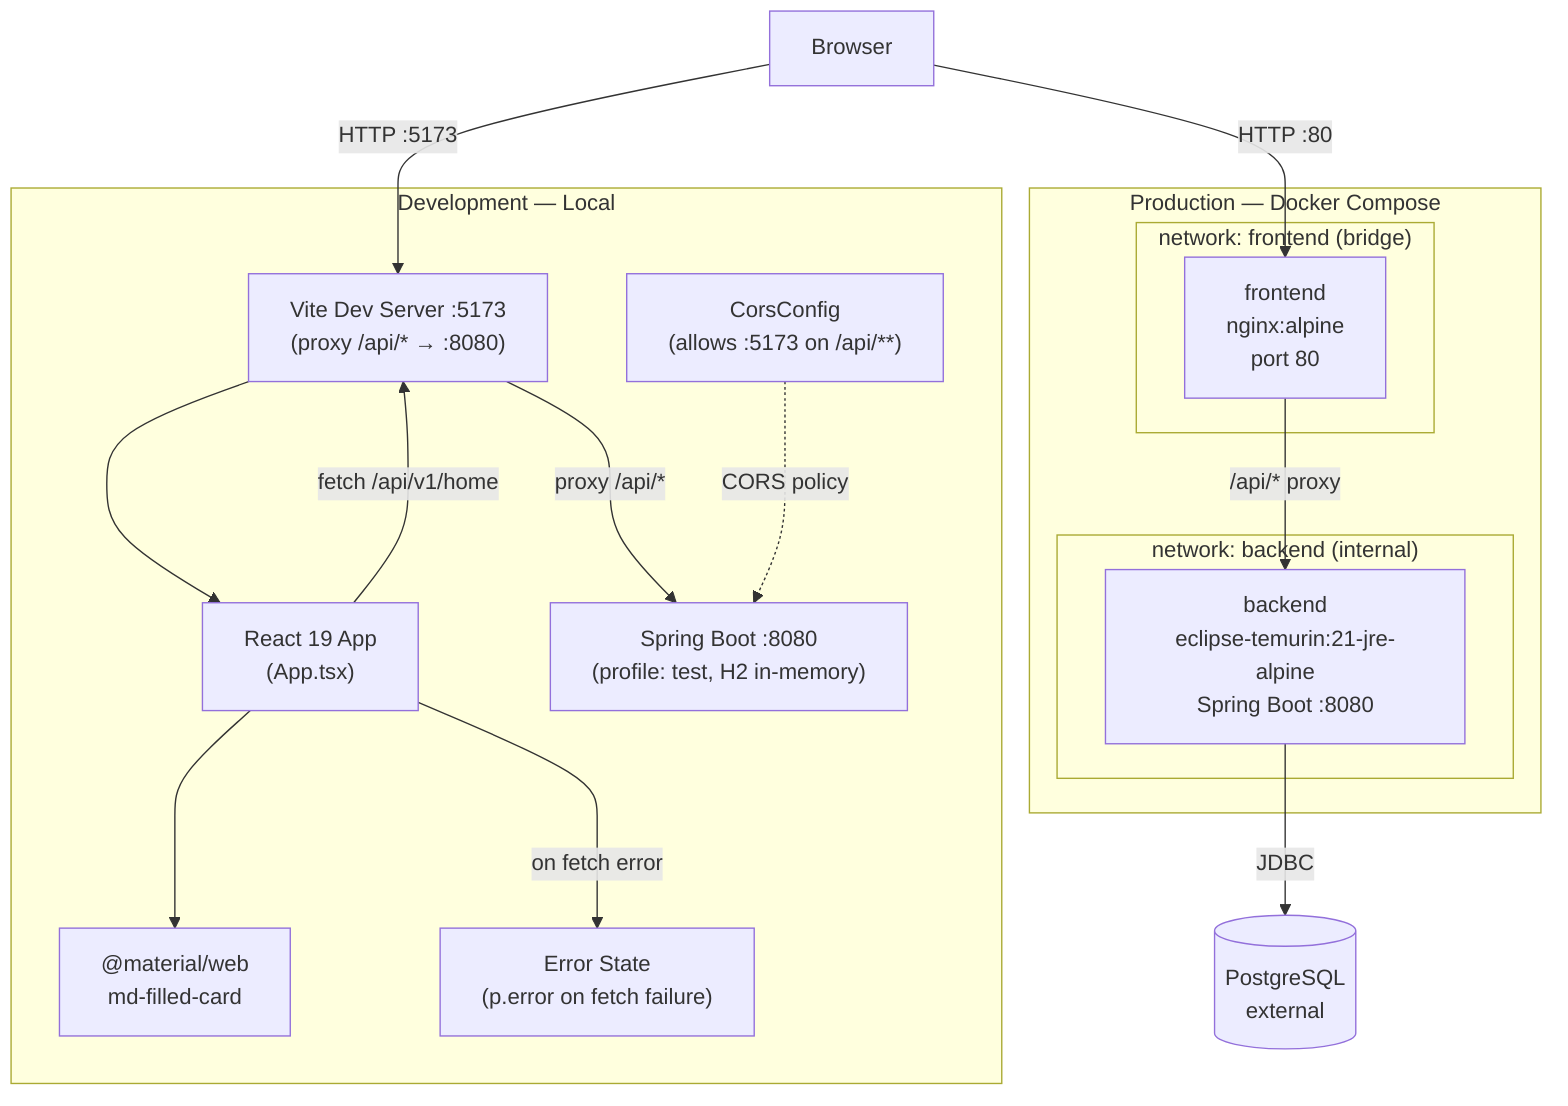
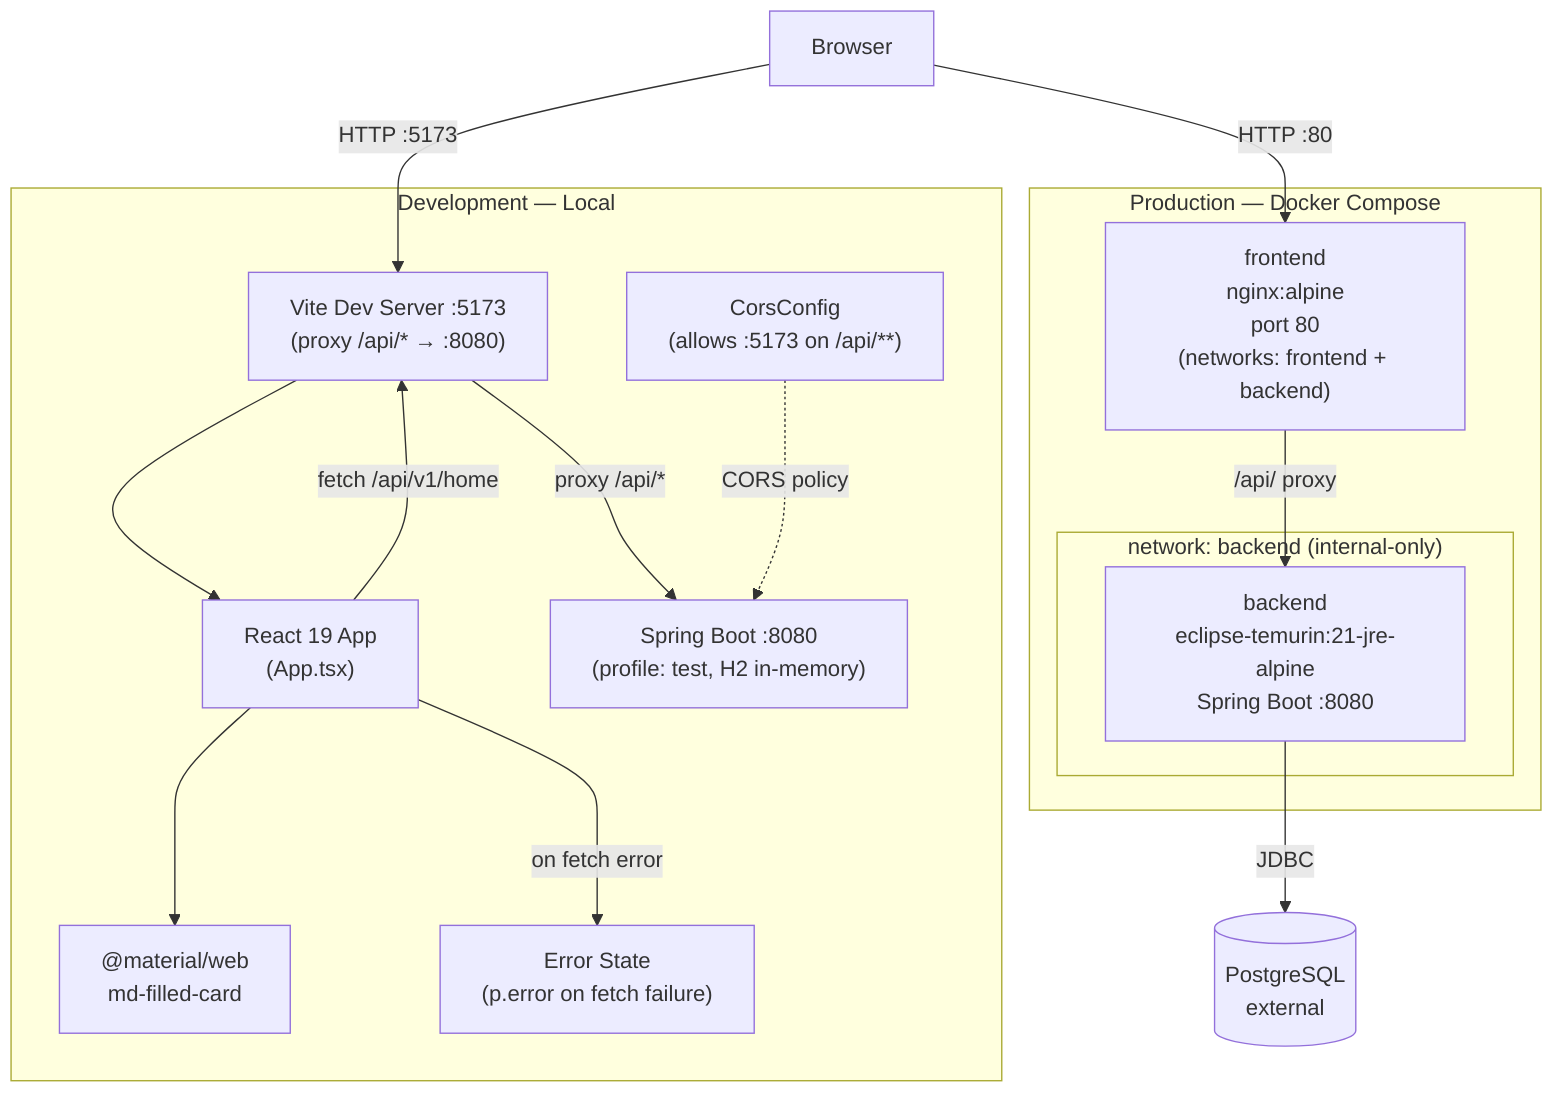
graph TB
    Browser["Browser"]

    subgraph ProdDeploy ["Production — Docker Compose"]
-         subgraph network_frontend ["network: frontend (bridge)"]
-             FE["frontend\nnginx:alpine\nport 80"]
-         end
-         subgraph network_backend ["network: backend (internal)"]
+         FE["frontend\nnginx:alpine\nport 80\n(networks: frontend + backend)"]
+         subgraph network_backend ["network: backend (internal-only)"]
            BE["backend\neclipse-temurin:21-jre-alpine\nSpring Boot :8080"]
        end
-         FE -->|"/api/* proxy"| BE
+         FE -->|"/api/ proxy"| BE
    end

    subgraph LocalDev ["Development — Local"]
        Vite["Vite Dev Server :5173\n(proxy /api/* → :8080)"]
        React["React 19 App\n(App.tsx)"]
        MWC["@material/web\nmd-filled-card"]
        SpringDev["Spring Boot :8080\n(profile: test, H2 in-memory)"]
        CorsConfig["CorsConfig\n(allows :5173 on /api/**)"]
        ErrorState["Error State\n(p.error on fetch failure)"]
        Vite --> React
        React --> MWC
        React -->|"fetch /api/v1/home"| Vite
        Vite -->|"proxy /api/*"| SpringDev
        CorsConfig -.->|"CORS policy"| SpringDev
        React -->|"on fetch error"| ErrorState
    end

    PG[("PostgreSQL\nexternal")]

    Browser -->|"HTTP :80"| FE
    BE -->|"JDBC"| PG
    Browser -->|"HTTP :5173"| Vite
